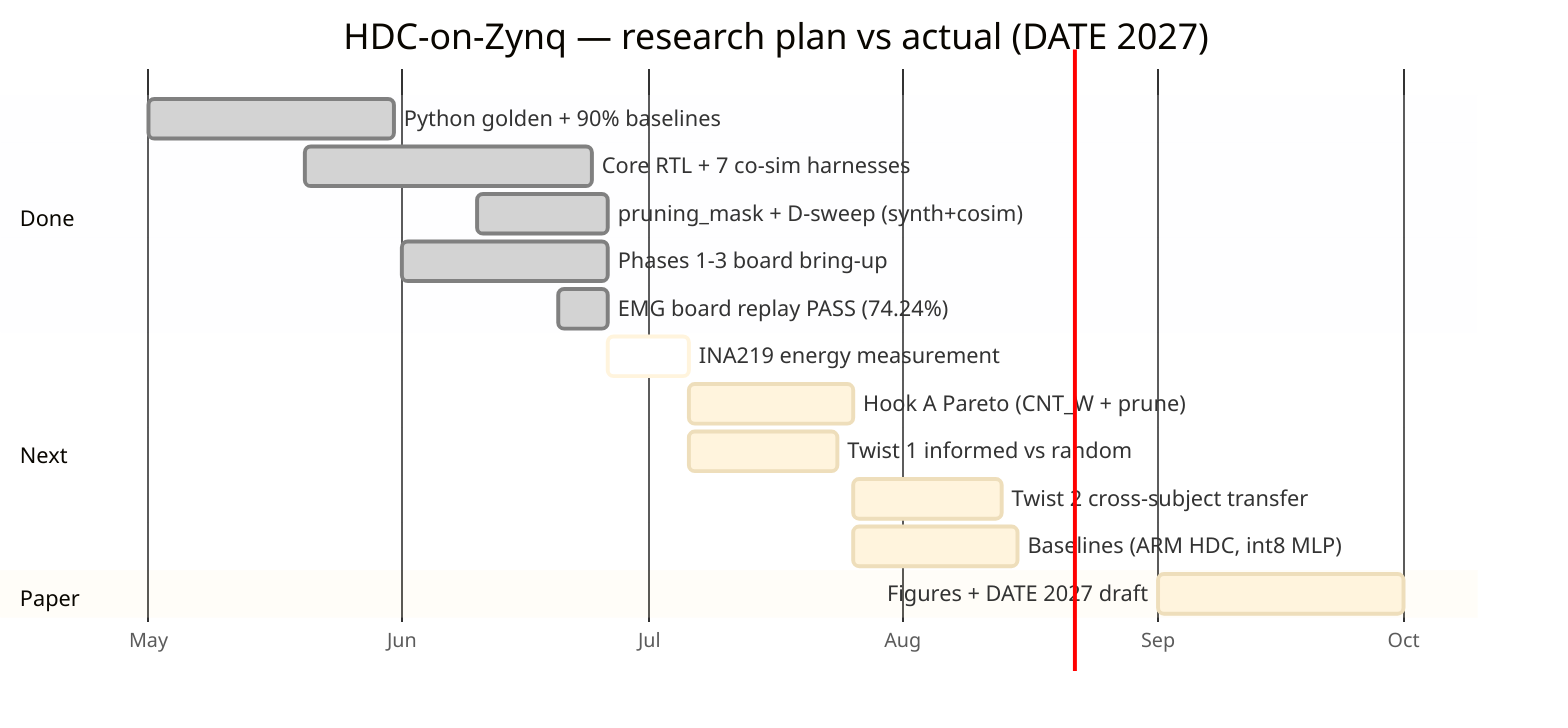
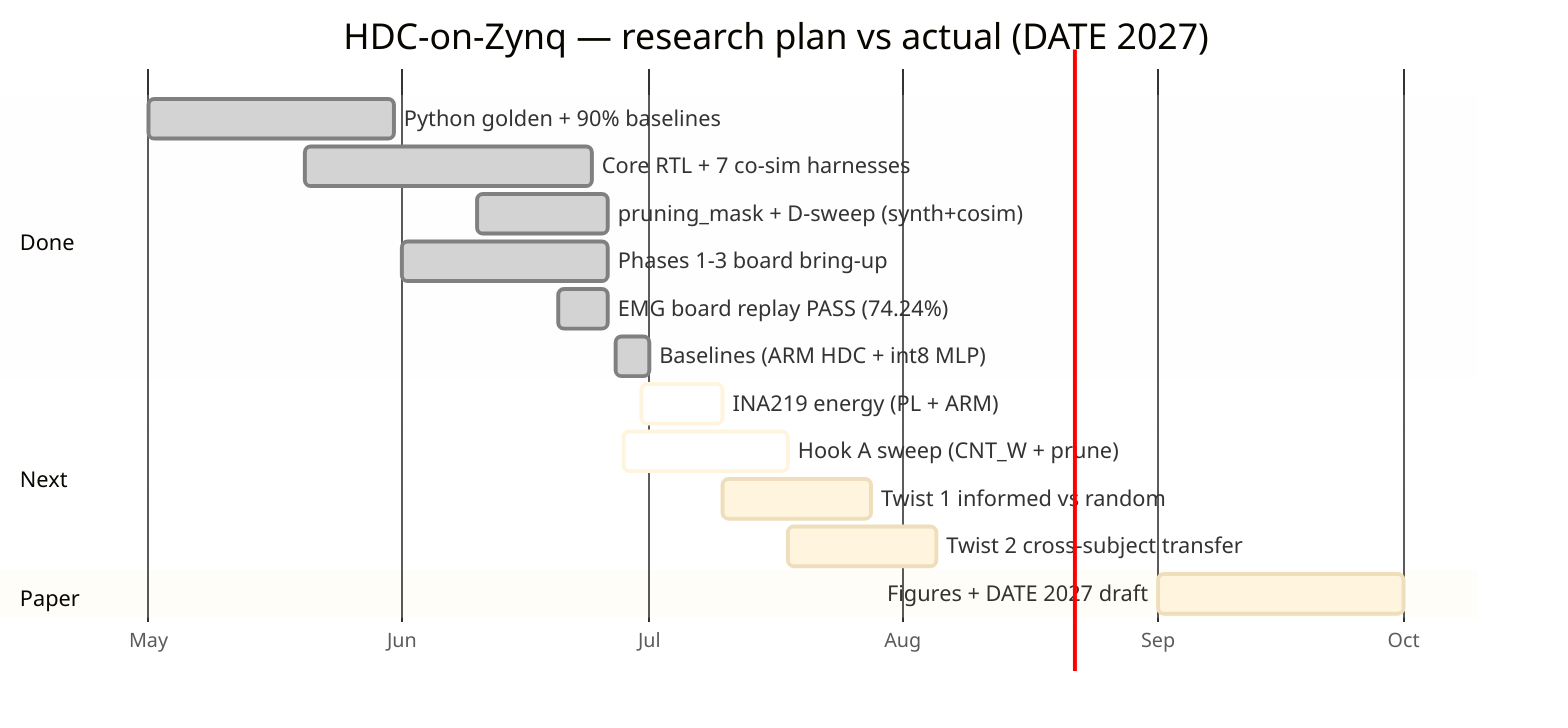
%%{init: {'theme':'base','themeVariables':{'fontFamily':'Segoe UI, Arial','fontSize':'14px'}}}%%
gantt
  dateFormat  YYYY-MM-DD
  axisFormat  %b
  title HDC-on-Zynq — research plan vs actual (DATE 2027)

  section Done
  Python golden + 90% baselines      :done, m1, 2026-05-01, 30d
  Core RTL + 7 co-sim harnesses       :done, m2, 2026-05-20, 35d
  pruning_mask + D-sweep (synth+cosim) :done, m2b, 2026-06-10, 16d
  Phases 1-3 board bring-up           :done, m3, 2026-06-01, 25d
  EMG board replay PASS (74.24%)      :done, m4, 2026-06-20, 6d
+   Baselines (ARM HDC + int8 MLP)      :done, m5, 2026-06-27, 4d

  section Next
-   INA219 energy measurement           :active, n1, 2026-06-26, 10d
-   Hook A Pareto (CNT_W + prune)        :n2, after n1, 20d
+   INA219 energy (PL + ARM)            :active, n1, 2026-06-30, 10d
+   Hook A sweep (CNT_W + prune)        :active, n2, 2026-06-28, 20d
  Twist 1 informed vs random          :n3, after n1, 18d
  Twist 2 cross-subject transfer      :n4, after n2, 18d
-   Baselines (ARM HDC, int8 MLP)        :n5, after n2, 20d

  section Paper
  Figures + DATE 2027 draft            :p1, 2026-09-01, 30d
